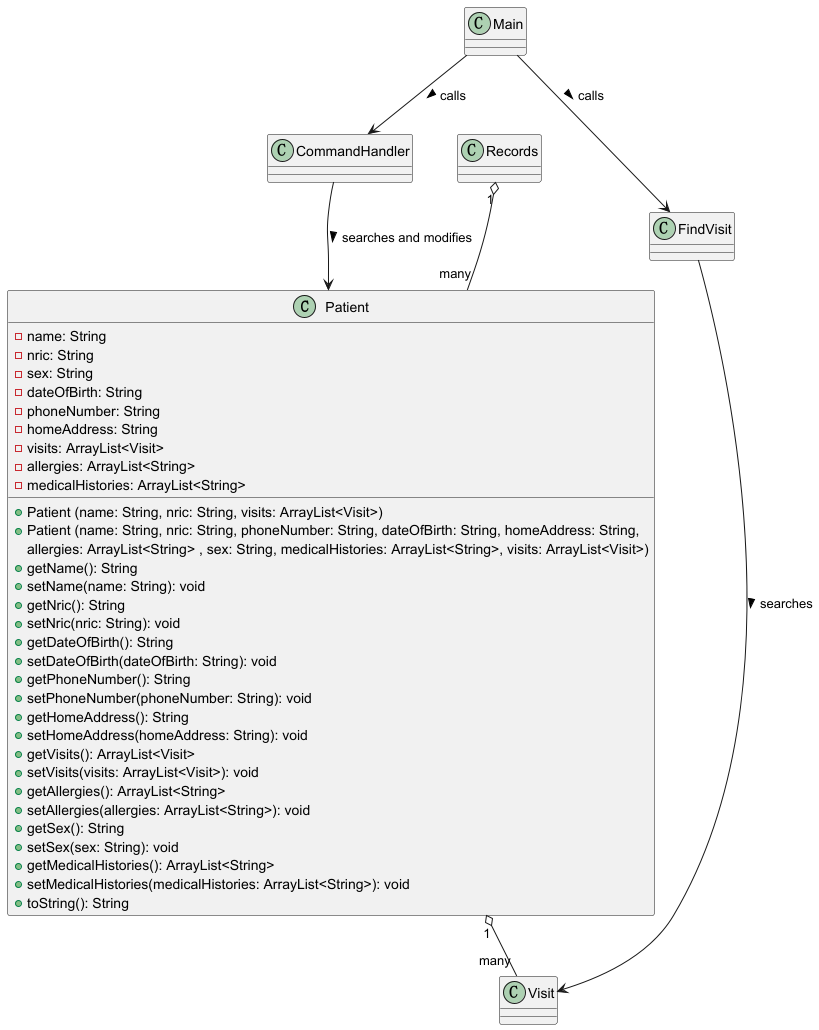
yentheng0110/tp keeps this PlantUML diagram as docs/Patient.png. Above is the earlier version.
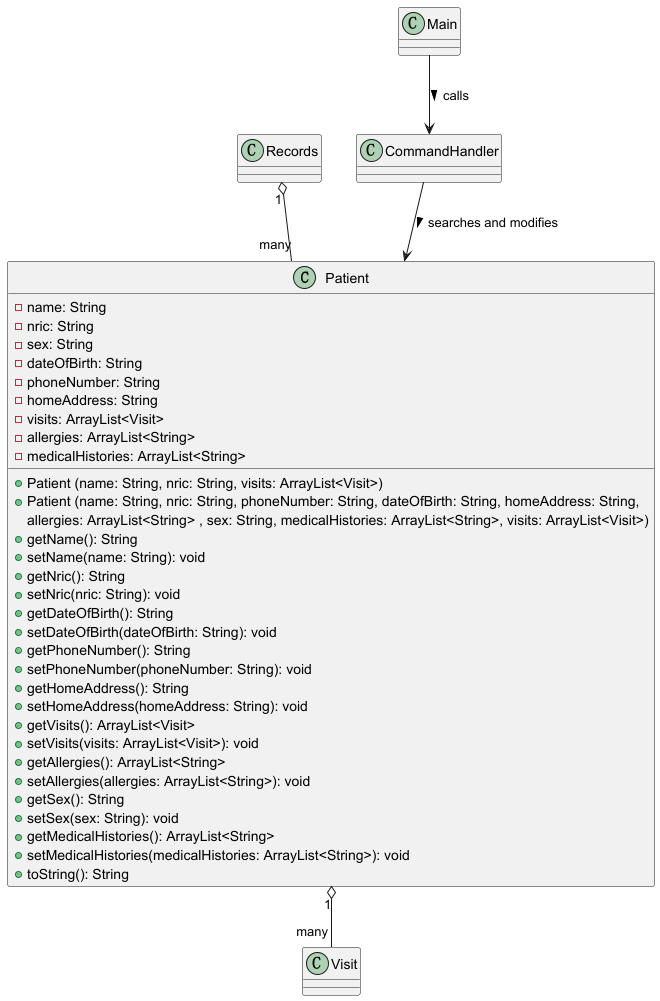
Above is the later version.

Diff of the diagram source:
```diff
@@ -41,9 +41,7 @@
 class CommandHandler {}
 
 Main --> CommandHandler : calls >
-Main --> FindVisit : calls >
 CommandHandler --> Patient : searches and modifies >
-FindVisit --> Visit : searches >
 Records "1" o-- "many" Patient
 Patient "1" o-- "many" Visit
 
```
